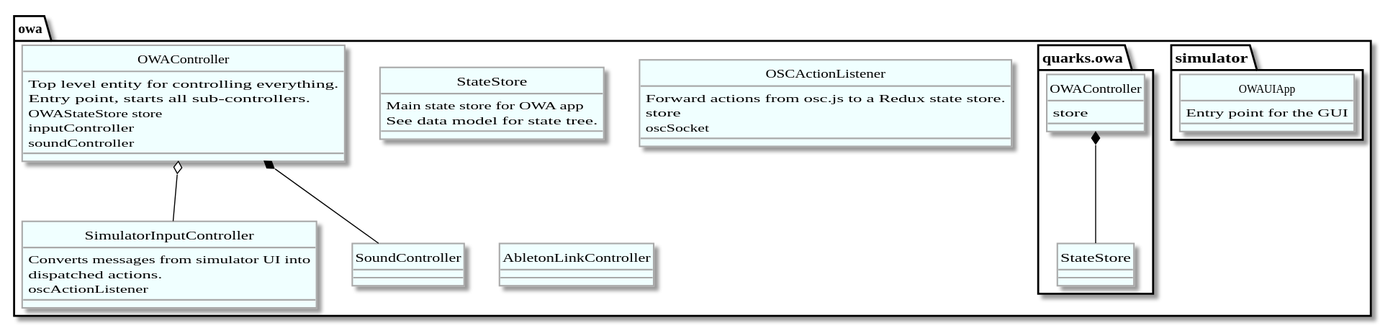
awakeningio/owa keeps this PlantUML diagram as docs/architecture_overview.svg. Above is the earlier version.
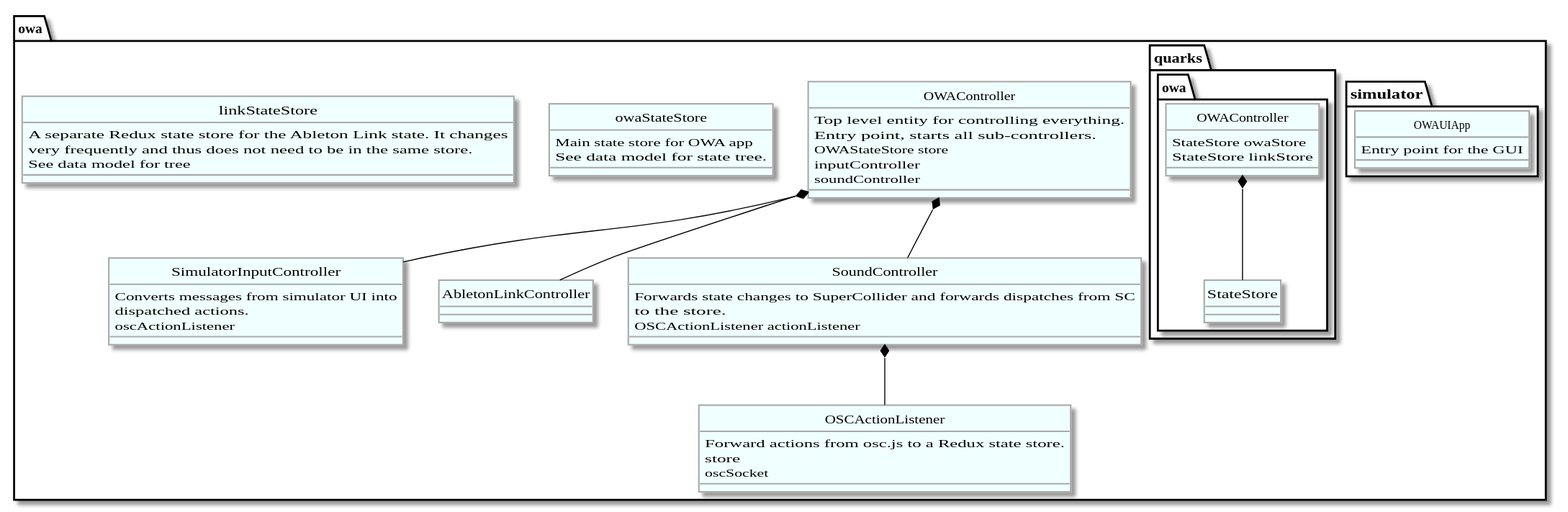
Later version of the same file.

Diff of the diagram source:
```diff
@@ -61,10 +61,17 @@
 
 
 
-  class StateStore {
+  class owaStateStore {
     Main state store for OWA app
 
     See data model for state tree.
+  }
+
+  class linkStateStore {
+    A separate Redux state store for the Ableton Link state.  It changes
+    very frequently and thus does not need to be in the same store.
+
+    See data model for tree
   }
 
   class OSCActionListener {
@@ -75,8 +82,15 @@
   }
 
   class AbletonLinkController
-  class SoundController
+  OWAController *-- AbletonLinkController
+  class SoundController {
+    Forwards state changes to SuperCollider and forwards dispatches from SC
+    to the store.
+
+    OSCActionListener actionListener
+  }
   OWAController *-- SoundController
+  SoundController *-- OSCActionListener
 
 
 
@@ -87,14 +101,17 @@
     }
   }
 
-  namespace quarks.owa {
-    class StateStore
-    class OWAController {
-      store
+  namespace quarks {
+    namespace owa {
+      class OWAController {
+        StateStore owaStore
+        StateStore linkStore
+      }
+
+      OWAController *-- StateStore
     }
+  }
 
-    OWAController *-- StateStore
-  }
 
 }
 
```
